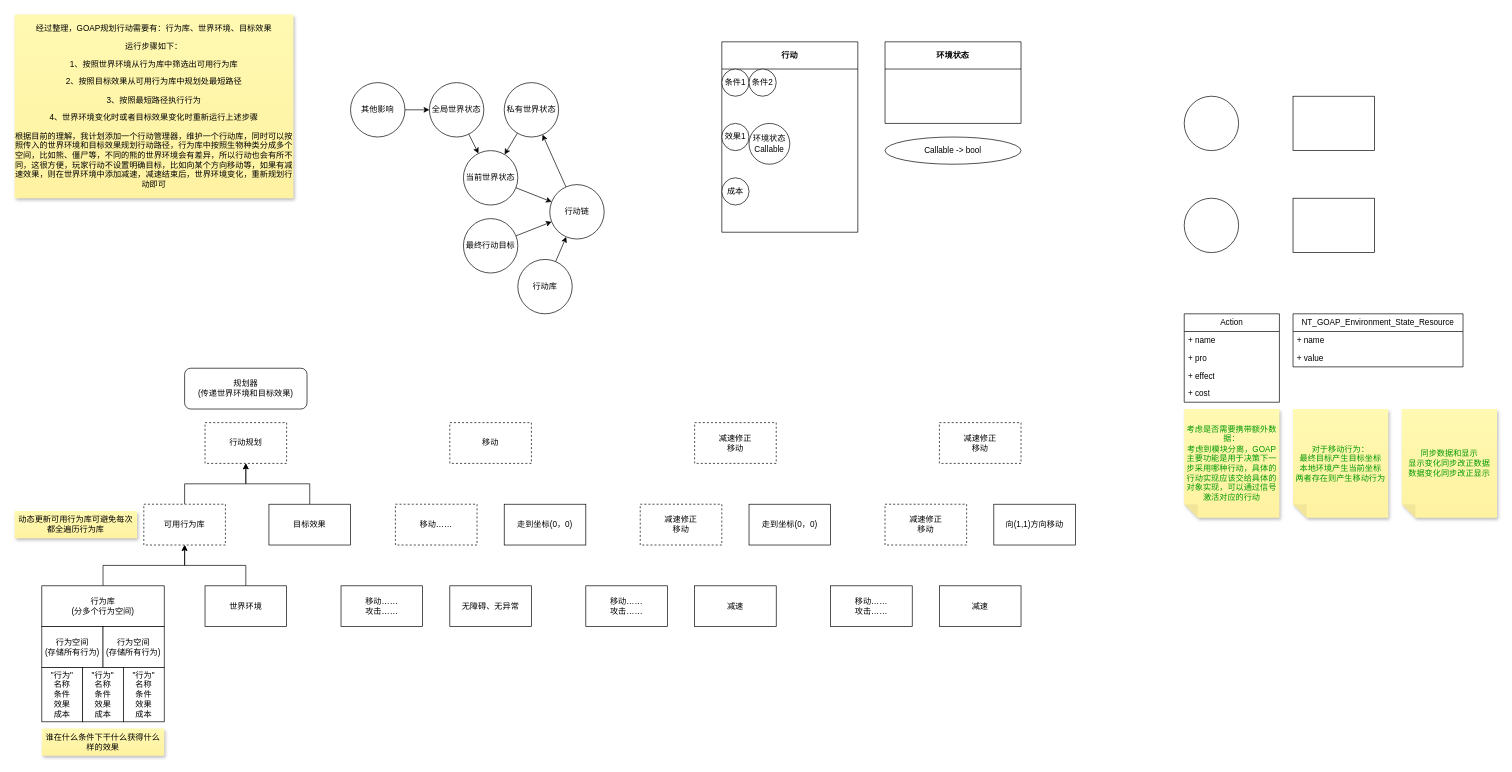
Before: mind.drawio in NFSW0/godot-goap-addon, a draw.io diagram. Source tidied: cells renumbered, new cells numbered last; positions are measured from the earlier drawing's top-left corner, leaving out a move shared by most shapes. Both pictures are drawn from the tidied source at 68%, with x=0, y=0 at pixel (14, 14).
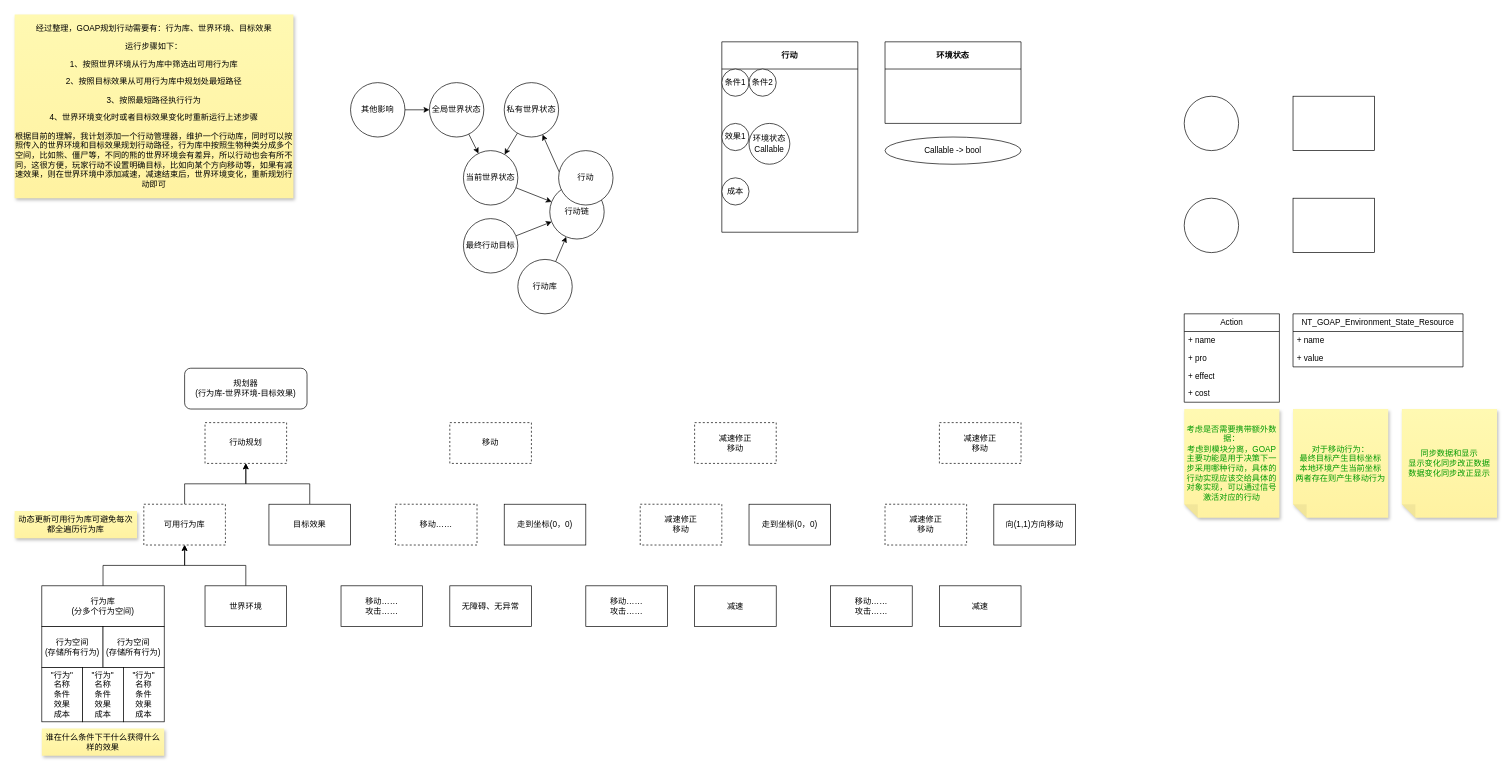
The same page after the edit.

Change to the diagram source:
```diff
@@
-    <mxCell id="5" value="规划器&lt;br&gt;&lt;div&gt;(传递世界环境和目标效果)&lt;/div&gt;" style="rounded=1;whiteSpace=wrap;html=1;" parent="1" vertex="1">
+    <mxCell id="5" value="规划器&lt;br&gt;&lt;div&gt;(行为库-世界环境-目标效果)&lt;/div&gt;" style="rounded=1;whiteSpace=wrap;html=1;" parent="1" vertex="1">
       <mxGeometry x="250" y="520" width="180" height="60" as="geometry" />
     </mxCell>
@@
+    <mxCell id="72" value="行动" style="ellipse;whiteSpace=wrap;html=1;" parent="1" vertex="1">
+      <mxGeometry x="800" y="200" width="80" height="80" as="geometry" />
+    </mxCell>
```
